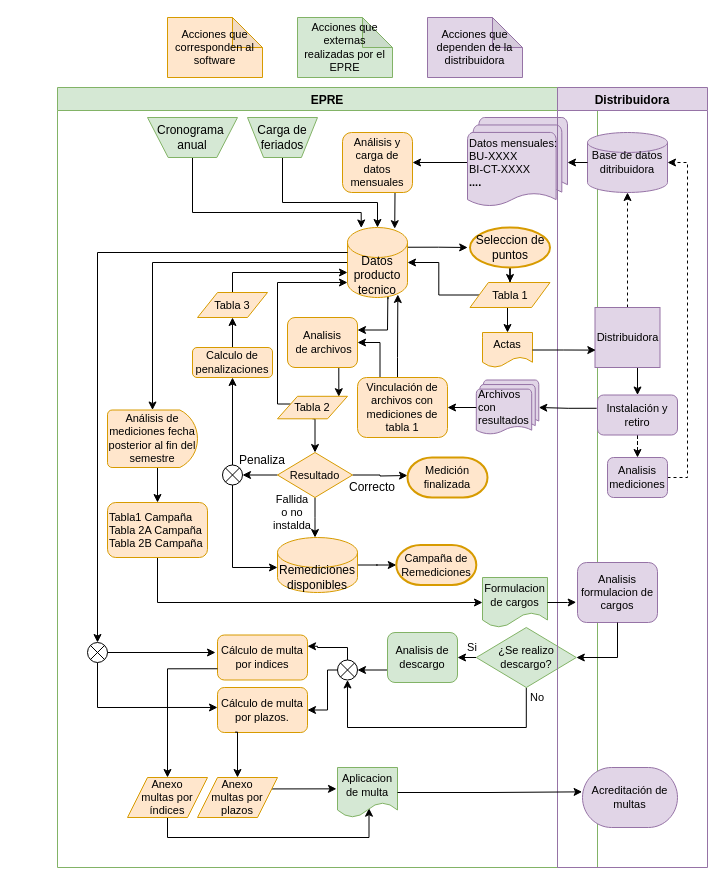
Earlier version of the draw.io diagram Untitled Diagram.drawio (EpreCalidadRN/Datos-de-usuarios-mala-calidad-de-servicio). Source tidied: cells renumbered, new cells numbered last; positions are measured from the earlier drawing's top-left corner, leaving out a move shared by most shapes. Both pictures are drawn from the tidied source at 100%, with x=0, y=0 at pixel (57, 17).
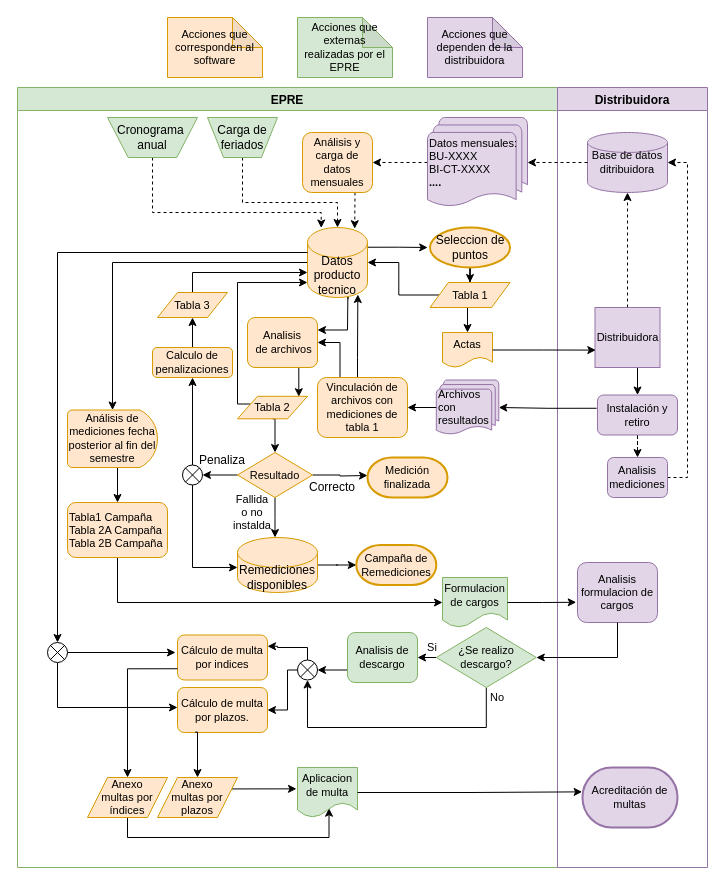
Above is the later version.

Commit message:
Mediciones originales

Unchanged cells that the change refers to:
```xml
<mxCell id="6" value="Datos producto tecnico" style="shape=cylinder3;whiteSpace=wrap;html=1;boundedLbl=1;backgroundOutline=1;size=15;fillColor=#ffe6cc;strokeColor=#d79b00;" parent="2" vertex="1">
  <mxGeometry x="290" y="140" width="60" height="70" as="geometry" />
</mxCell>
<mxCell id="8" value="Cronograma&amp;nbsp;&lt;br&gt;anual" style="verticalLabelPosition=middle;verticalAlign=middle;html=1;shape=trapezoid;perimeter=trapezoidPerimeter;whiteSpace=wrap;size=0.23;arcSize=10;flipV=1;labelPosition=center;align=center;fillColor=#d5e8d4;strokeColor=#82b366;" parent="2" vertex="1">
  <mxGeometry x="90" y="30" width="90" height="40" as="geometry" />
</mxCell>
<mxCell id="10" value="Carga de feriados" style="verticalLabelPosition=middle;verticalAlign=middle;html=1;shape=trapezoid;perimeter=trapezoidPerimeter;whiteSpace=wrap;size=0.23;arcSize=10;flipV=1;labelPosition=center;align=center;fillColor=#d5e8d4;strokeColor=#82b366;" parent="2" vertex="1">
  <mxGeometry x="190" y="30" width="70" height="40" as="geometry" />
</mxCell>
<mxCell id="12" value="&lt;div style=&quot;font-size: 12px;&quot;&gt;&lt;span style=&quot;font-size: 11px; background-color: initial;&quot;&gt;Datos mensuales:&lt;/span&gt;&lt;/div&gt;&lt;font style=&quot;&quot;&gt;&lt;div&gt;&lt;span style=&quot;background-color: initial;&quot;&gt;BU-XXXX&lt;/span&gt;&lt;/div&gt;&lt;div&gt;&lt;span style=&quot;background-color: initial;&quot;&gt;BI-CT-XXXX&lt;/span&gt;&lt;/div&gt;&lt;div&gt;&lt;span style=&quot;background-color: initial;&quot;&gt;&lt;b&gt;....&lt;/b&gt;&lt;/span&gt;&lt;/div&gt;&lt;/font&gt;" style="strokeWidth=1;html=1;shape=mxgraph.flowchart.multi-document;whiteSpace=wrap;fontSize=11;align=left;fillColor=#e1d5e7;strokeColor=#9673a6;" parent="2" vertex="1">
  <mxGeometry x="410" y="30" width="100" height="90" as="geometry" />
</mxCell>
<mxCell id="14" value="Análisis y carga de datos mensuales" style="rounded=1;whiteSpace=wrap;html=1;fontSize=11;fillColor=#ffe6cc;strokeColor=#d79b00;" parent="2" vertex="1">
  <mxGeometry x="285" y="45" width="70" height="60" as="geometry" />
</mxCell>
<mxCell id="77" value="Distribuidora" style="swimlane;fillColor=#e1d5e7;strokeColor=#9673a6;shadow=0;" parent="1" vertex="1">
  <mxGeometry x="500" y="70" width="150" height="780" as="geometry" />
</mxCell>
<mxCell id="78" value="Base de datos ditribuidora" style="strokeWidth=1;html=1;shape=mxgraph.flowchart.database;whiteSpace=wrap;fontSize=11;fillColor=#e1d5e7;strokeColor=#9673a6;" parent="77" vertex="1">
  <mxGeometry x="30" y="45" width="80" height="60" as="geometry" />
</mxCell>
```

Diff of the diagram source:
```diff
@@
     <mxCell id="2" value="EPRE" style="swimlane;fillColor=#d5e8d4;strokeColor=#82b366;align=center;" parent="1" vertex="1">
-      <mxGeometry y="70" width="540" height="780" as="geometry" />
+      <mxGeometry x="-40" y="70" width="540" height="780" as="geometry" />
     </mxCell>
@@
-    <mxCell id="7" style="edgeStyle=orthogonalEdgeStyle;rounded=0;jettySize=auto;html=1;exitX=0.5;exitY=1;exitDx=0;exitDy=0;entryX=0.229;entryY=0.007;entryDx=0;entryDy=0;entryPerimeter=0;fontSize=11;" parent="2" edge="1" source="8" target="6">
+    <mxCell id="7" style="edgeStyle=orthogonalEdgeStyle;rounded=0;jettySize=auto;html=1;exitX=0.5;exitY=1;exitDx=0;exitDy=0;entryX=0.229;entryY=0.007;entryDx=0;entryDy=0;entryPerimeter=0;fontSize=11;dashed=1;" parent="2" edge="1" source="8" target="6">
       <mxGeometry relative="1" as="geometry">
         <Array as="points">
           <mxPoint x="135" y="125" />
           <mxPoint x="304" y="125" />
         </Array>
       </mxGeometry>
     </mxCell>
@@
-    <mxCell id="9" style="edgeStyle=orthogonalEdgeStyle;rounded=0;jettySize=auto;html=1;exitX=0.5;exitY=1;exitDx=0;exitDy=0;entryX=0.5;entryY=0;entryDx=0;entryDy=0;entryPerimeter=0;fontSize=11;" parent="2" edge="1" source="10" target="6">
+    <mxCell id="9" style="edgeStyle=orthogonalEdgeStyle;rounded=0;jettySize=auto;html=1;exitX=0.5;exitY=1;exitDx=0;exitDy=0;entryX=0.5;entryY=0;entryDx=0;entryDy=0;entryPerimeter=0;fontSize=11;dashed=1;" parent="2" edge="1" source="10" target="6">
       <mxGeometry relative="1" as="geometry">
         <Array as="points">
           <mxPoint x="225" y="115" />
           <mxPoint x="320" y="115" />
         </Array>
       </mxGeometry>
     </mxCell>
@@
-    <mxCell id="11" style="edgeStyle=orthogonalEdgeStyle;rounded=0;jettySize=auto;html=1;exitX=0;exitY=0.5;exitDx=0;exitDy=0;exitPerimeter=0;fontSize=11;" parent="2" edge="1" source="12" target="14">
+    <mxCell id="11" style="edgeStyle=orthogonalEdgeStyle;rounded=0;jettySize=auto;html=1;dashed=1;" parent="2" edge="1" source="12" target="14">
       <mxGeometry relative="1" as="geometry" />
     </mxCell>
@@
-    <mxCell id="13" style="edgeStyle=orthogonalEdgeStyle;rounded=0;jettySize=auto;html=1;fontSize=11;exitX=0.75;exitY=1;exitDx=0;exitDy=0;entryX=0.787;entryY=0.017;entryDx=0;entryDy=0;entryPerimeter=0;" parent="2" edge="1" source="14" target="6">
+    <mxCell id="13" style="edgeStyle=orthogonalEdgeStyle;rounded=0;jettySize=auto;html=1;fontSize=11;exitX=0.75;exitY=1;exitDx=0;exitDy=0;entryX=0.787;entryY=0.017;entryDx=0;entryDy=0;entryPerimeter=0;dashed=1;" parent="2" edge="1" source="14" target="6">
       <mxGeometry relative="1" as="geometry" />
     </mxCell>
@@
-    <mxCell id="87" value="Acreditación de multas" style="strokeWidth=1;html=1;shape=mxgraph.flowchart.terminator;whiteSpace=wrap;rounded=0;shadow=0;fontSize=11;align=center;fillColor=#e1d5e7;strokeColor=#9673a6;" parent="77" vertex="1">
+    <mxCell id="87" value="Acreditación de multas" style="strokeWidth=2;html=1;shape=mxgraph.flowchart.terminator;whiteSpace=wrap;rounded=0;shadow=0;fontSize=11;align=center;fillColor=#e1d5e7;strokeColor=#9673a6;" parent="77" vertex="1">
       <mxGeometry x="25" y="680" width="95" height="60" as="geometry" />
     </mxCell>
-    <mxCell id="88" style="edgeStyle=orthogonalEdgeStyle;rounded=0;jettySize=auto;html=1;exitX=0;exitY=0.5;exitDx=0;exitDy=0;exitPerimeter=0;entryX=1;entryY=0.5;entryDx=0;entryDy=0;entryPerimeter=0;fontSize=11;" parent="1" edge="1" source="78" target="12">
+    <mxCell id="88" style="edgeStyle=orthogonalEdgeStyle;rounded=0;jettySize=auto;html=1;exitX=0;exitY=0.5;exitDx=0;exitDy=0;exitPerimeter=0;entryX=1;entryY=0.5;entryDx=0;entryDy=0;entryPerimeter=0;fontSize=11;dashed=1;" parent="1" edge="1" source="78" target="12">
       <mxGeometry relative="1" as="geometry" />
     </mxCell>
```
